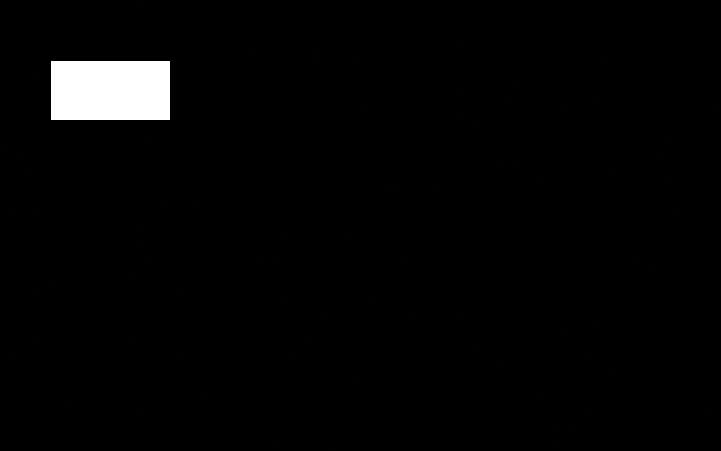
Above: tabnet.drawio.png in vanshgupta-2024/computer-graphics (draw.io), before the change. Source tidied: cells renumbered, new cells last; positions are measured from the earlier drawing's top-left corner, leaving out a move shared by most shapes.
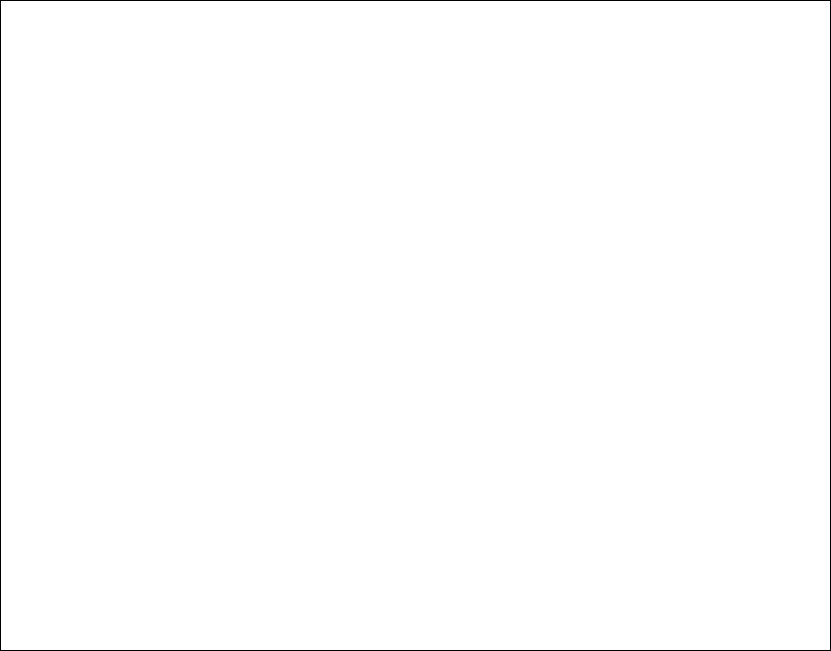
The same diagram one commit later.

Diff of the diagram source:
```diff
@@ -2,11 +2,8 @@
   <root>
     <mxCell id="0" />
     <mxCell id="1" parent="0" />
-    <mxCell id="2" style="rounded=0;whiteSpace=wrap;html=1;fillColor=#000000;" parent="1" vertex="1">
-      <mxGeometry width="720" height="450" as="geometry" />
+    <mxCell id="2" style="rounded=0;whiteSpace=wrap;html=1;" parent="1" vertex="1">
+      <mxGeometry width="830" height="650" as="geometry" />
     </mxCell>
-    <mxCell id="3" style="rounded=0;whiteSpace=wrap;html=1;" parent="1" vertex="1">
-      <mxGeometry x="50" y="60" width="120" height="60" as="geometry" />
-    </mxCell>
   </root>
 </mxGraphModel>
```
